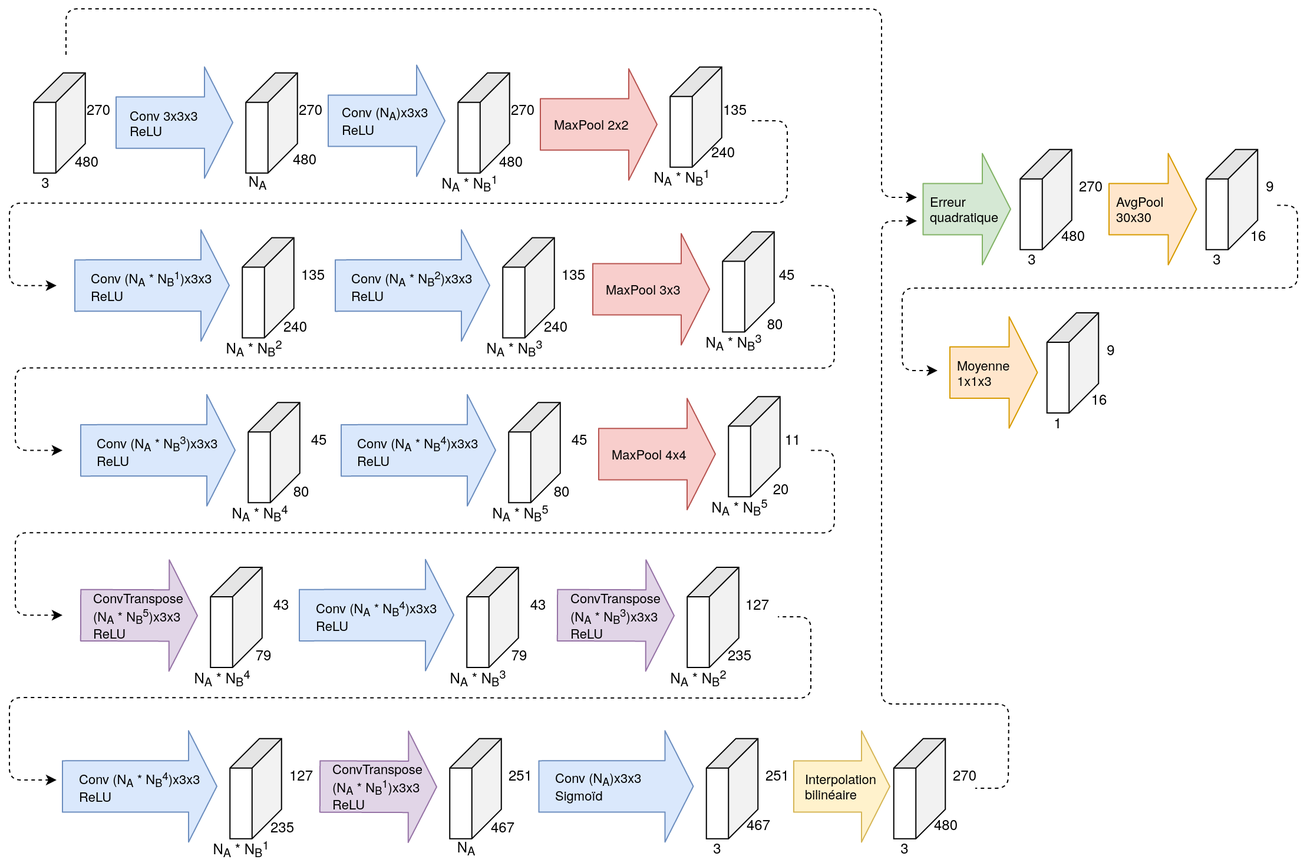
Above: rapport/images/Architecture_CnnAutoencoder.png in mamaheux/CuriousNetwork (draw.io), before the change. Source tidied: cells renumbered, new cells last; positions are measured from the earlier drawing's top-left corner, leaving out a move shared by most shapes.
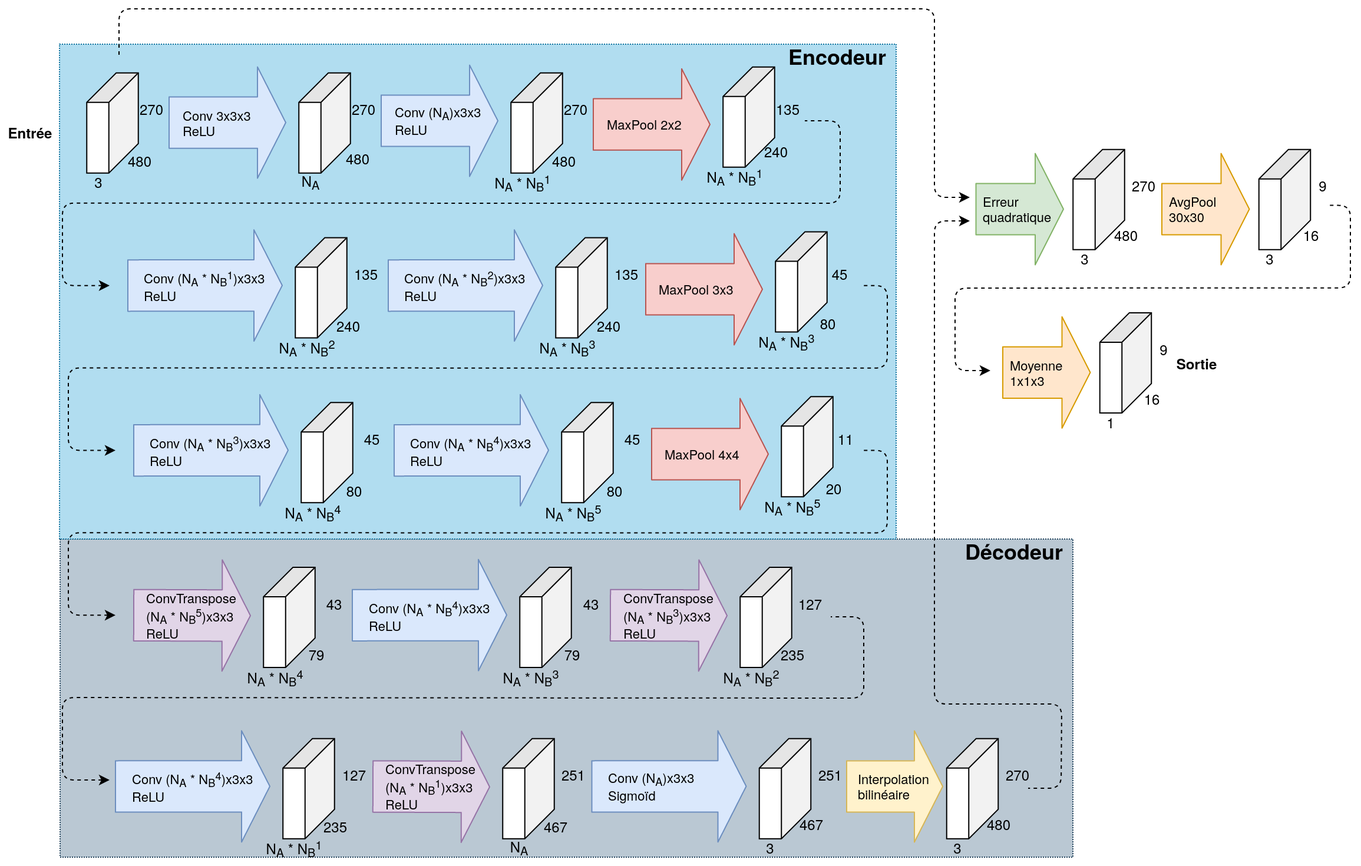
Later version of the same file.

What changed in the source:
```diff
@@ -2,6 +2,15 @@
   <root>
     <mxCell id="0" />
     <mxCell id="1" parent="0" />
+    <mxCell id="108" style="rounded=0;whiteSpace=wrap;html=1;dashed=1;dashPattern=1 1;fillColor=#bac8d3;strokeColor=#23445d;" parent="1" vertex="1">
+      <mxGeometry x="-1.5" y="450" width="859.5" height="270" as="geometry" />
+    </mxCell>
+    <mxCell id="109" value="&lt;b&gt;&lt;font style=&quot;font-size: 18px&quot;&gt;Décodeur&lt;/font&gt;&lt;/b&gt;" style="text;html=1;align=center;verticalAlign=middle;" parent="1" vertex="1">
+      <mxGeometry x="758" y="450" width="100" height="20" as="geometry" />
+    </mxCell>
+    <mxCell id="110" style="rounded=0;whiteSpace=wrap;html=1;dashed=1;dashPattern=1 1;fillColor=#b1ddf0;strokeColor=#10739e;" parent="1" vertex="1">
+      <mxGeometry x="-2" y="30" width="710" height="420" as="geometry" />
+    </mxCell>
     <mxCell id="2" style="endArrow=none;dashed=1;html=1;align=center;endFill=0;startArrow=classic;startFill=1;" parent="1" edge="1">
       <mxGeometry relative="1" as="geometry">
         <mxPoint x="40.5" y="234.9" as="sourcePoint" />
@@ -438,5 +447,14 @@
         </Array>
       </mxGeometry>
     </mxCell>
+    <mxCell id="111" value="&lt;b&gt;&lt;font style=&quot;font-size: 18px&quot;&gt;Encodeur&lt;/font&gt;&lt;/b&gt;" style="text;html=1;align=center;verticalAlign=middle;" parent="1" vertex="1">
+      <mxGeometry x="608" y="30" width="100" height="20" as="geometry" />
+    </mxCell>
+    <mxCell id="112" value="&lt;b&gt;Entrée&lt;/b&gt;" style="text;html=1;align=center;verticalAlign=middle;" parent="1" vertex="1">
+      <mxGeometry x="-52" y="95" width="50" height="20" as="geometry" />
+    </mxCell>
+    <mxCell id="113" value="&lt;b&gt;Sortie&lt;/b&gt;" style="text;html=1;align=center;verticalAlign=middle;" parent="1" vertex="1">
+      <mxGeometry x="938" y="290.5" width="50" height="20" as="geometry" />
+    </mxCell>
   </root>
 </mxGraphModel>
```
